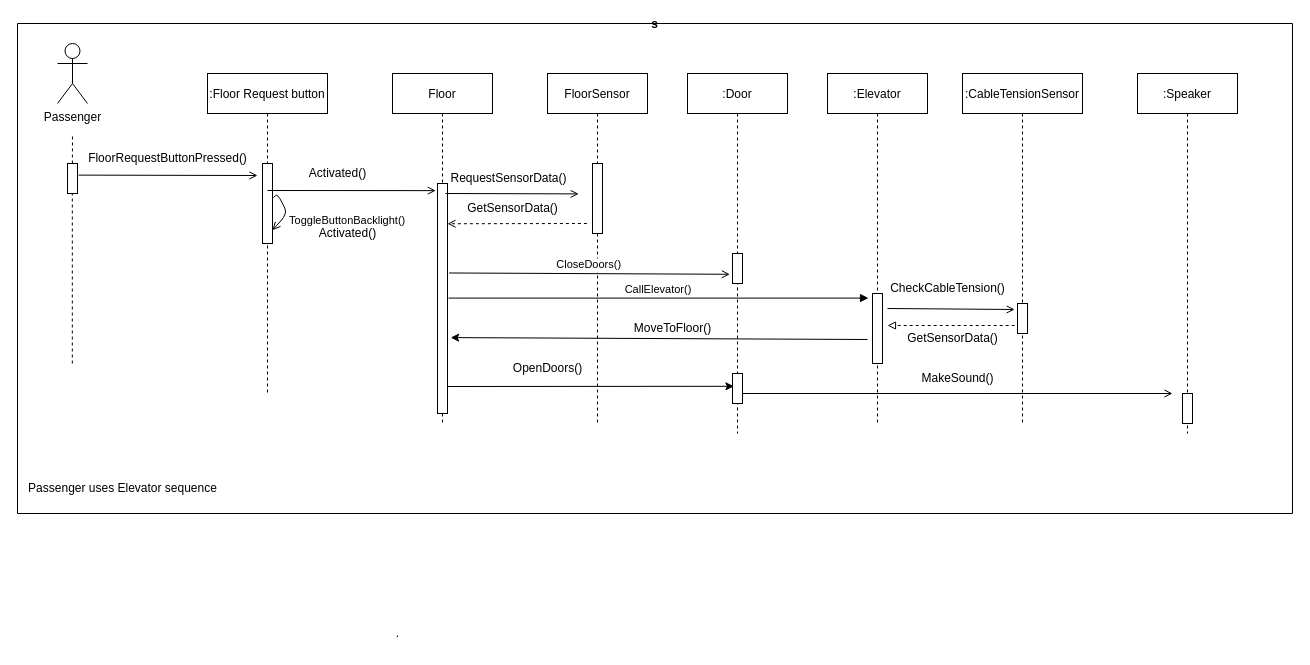
TiemonS/Tiemon-Steeghs-Semester-3-Repository keeps this draw.io diagram as Sofware Design/Elevator Challenge/Passenger  sequence diagram.drawio. Above is the earlier version. Source tidied: cells renumbered, new cells numbered last; positions are measured from the earlier drawing's top-left corner, leaving out a move shared by most shapes. Both pictures are drawn from the tidied source at 100%, with x=0, y=0 at pixel (17, 23).
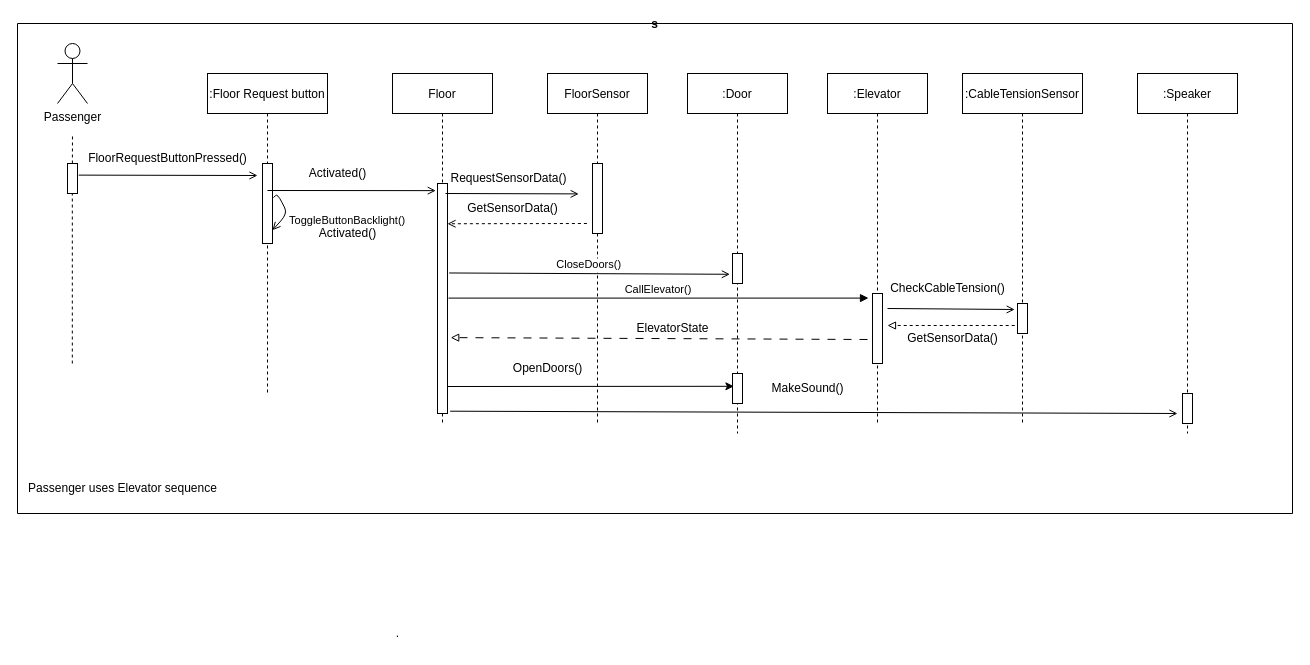
After the change.

The change refers to these unchanged cells:
```xml
<mxCell id="2" value="s" style="swimlane;startSize=0;" parent="1" vertex="1">
  <mxGeometry width="1275" height="490" as="geometry" />
</mxCell>
<mxCell id="7" style="points=[];perimeter=orthogonalPerimeter;rounded=0;shadow=0;strokeWidth=1;" parent="6" vertex="1">
  <mxGeometry x="45" y="110" width="10" height="230" as="geometry" />
</mxCell>
<mxCell id="12" value=":CableTensionSensor" style="shape=umlLifeline;perimeter=lifelinePerimeter;rounded=0;shadow=0;strokeWidth=1;" parent="2" vertex="1">
  <mxGeometry x="945" y="50" width="120" height="350" as="geometry" />
</mxCell>
```

Change to the diagram source:
```diff
@@
-    <mxCell id="14" style="endArrow=open;html=1;rounded=0;endFill=0;" parent="12" edge="1">
-      <mxGeometry relative="1" as="geometry">
-        <mxPoint x="-220" y="320" as="sourcePoint" />
-        <mxPoint x="210" y="320" as="targetPoint" />
-      </mxGeometry>
-    </mxCell>
@@
     <mxCell id="24" value="MakeSound()" style="text;html=1;align=center;verticalAlign=middle;strokeColor=none;fillColor=none;" parent="2" vertex="1">
-      <mxGeometry x="890" y="340" width="100" height="30" as="geometry" />
+      <mxGeometry x="740" y="350" width="100" height="30" as="geometry" />
     </mxCell>
@@
-    <mxCell id="32" style="endArrow=classic;html=1;rounded=0;entryX=1.32;entryY=0.67;entryDx=0;entryDy=0;entryPerimeter=0;" parent="2" edge="1" target="7">
+    <mxCell id="32" style="endArrow=block;html=1;rounded=0;entryX=1.32;entryY=0.67;entryDx=0;entryDy=0;entryPerimeter=0;dashed=1;dashPattern=8 8;endFill=0;" parent="2" edge="1" target="7">
       <mxGeometry relative="1" as="geometry">
         <mxPoint x="850" y="316" as="sourcePoint" />
       </mxGeometry>
     </mxCell>
-    <mxCell id="33" value="MoveToFloor()" style="text;html=1;align=center;verticalAlign=middle;strokeColor=none;fillColor=none;" parent="2" vertex="1">
+    <mxCell id="33" value="ElevatorState" style="text;html=1;align=center;verticalAlign=middle;strokeColor=none;fillColor=none;" parent="2" vertex="1">
       <mxGeometry x="605" y="290" width="100" height="30" as="geometry" />
     </mxCell>
@@
+    <mxCell id="14" style="endArrow=open;html=1;rounded=0;endFill=0;exitX=1.265;exitY=0.99;exitDx=0;exitDy=0;exitPerimeter=0;" parent="2" edge="1" source="7">
+      <mxGeometry relative="1" as="geometry">
+        <mxPoint x="1160" y="390" as="targetPoint" />
+      </mxGeometry>
+    </mxCell>
```
